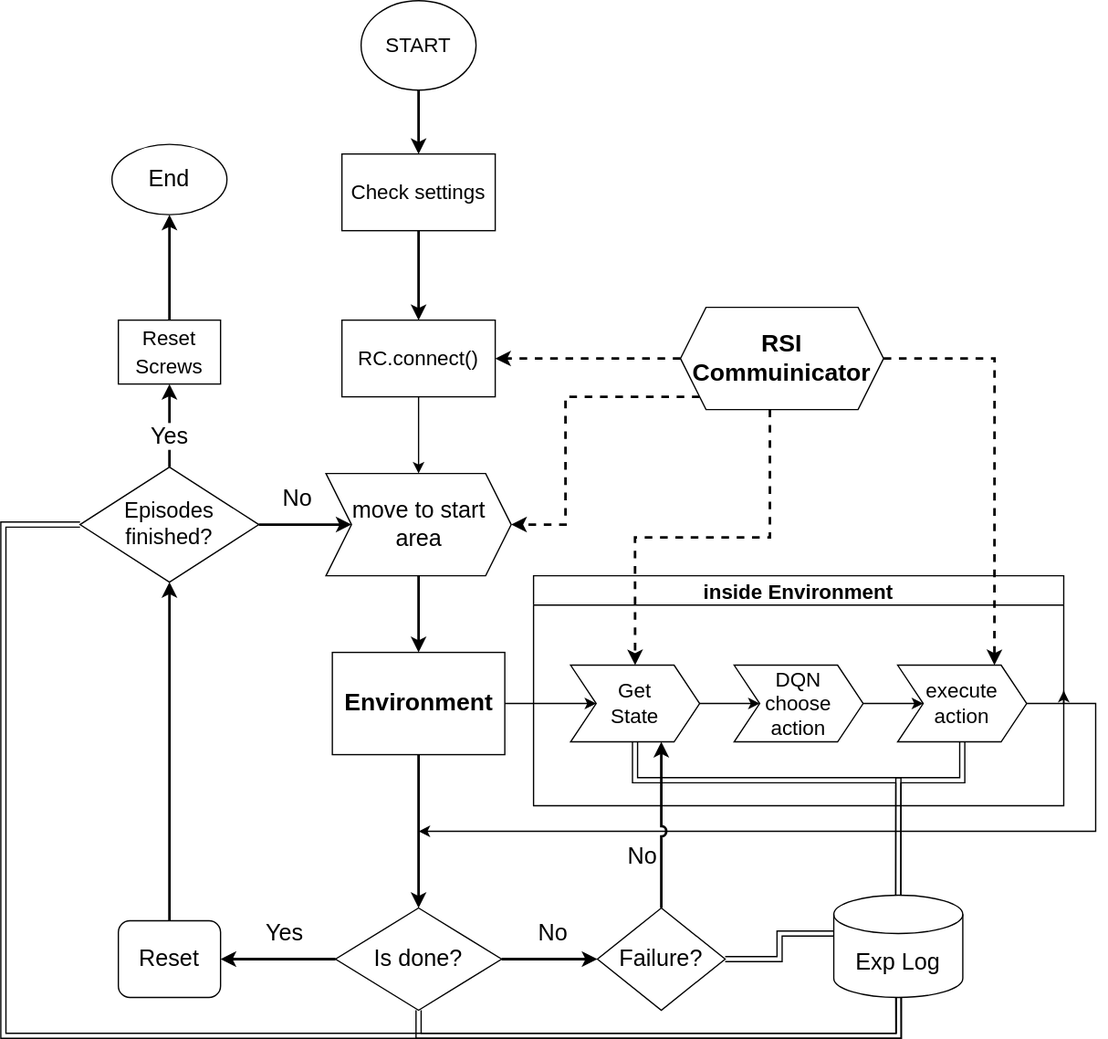
Earlier version of the draw.io export rl-unscrew.svg (TONiiV/flowcharts). Source tidied: cells renumbered, new cells last; positions are measured from the earlier drawing's top-left corner, leaving out a move shared by most shapes. Its diagram source:
```xml
<mxGraphModel>
  <root>
    <mxCell id="0" />
    <mxCell id="1" parent="0" />
    <mxCell id="2" style="edgeStyle=orthogonalEdgeStyle;rounded=0;jettySize=auto;html=1;entryX=0.5;entryY=0;entryDx=0;entryDy=0;fontSize=16;strokeWidth=2;" parent="1" edge="1" source="3" target="5">
      <mxGeometry relative="1" as="geometry" />
    </mxCell>
    <mxCell id="3" value="&lt;font style=&quot;font-size: 16px&quot;&gt;START&lt;/font&gt;" style="ellipse;whiteSpace=wrap;html=1;" parent="1" vertex="1">
      <mxGeometry x="280" width="90" height="70" as="geometry" />
    </mxCell>
    <mxCell id="4" style="edgeStyle=orthogonalEdgeStyle;rounded=0;jettySize=auto;html=1;entryX=0.5;entryY=0;entryDx=0;entryDy=0;fontSize=16;strokeWidth=2;" parent="1" edge="1" source="5" target="7">
      <mxGeometry relative="1" as="geometry" />
    </mxCell>
    <mxCell id="5" value="Check settings" style="rounded=0;whiteSpace=wrap;html=1;fontSize=16;" parent="1" vertex="1">
      <mxGeometry x="265" y="120" width="120" height="60" as="geometry" />
    </mxCell>
    <mxCell id="6" style="edgeStyle=orthogonalEdgeStyle;rounded=0;jettySize=auto;html=1;entryX=0.5;entryY=0;entryDx=0;entryDy=0;fontSize=16;" parent="1" edge="1" source="7" target="29">
      <mxGeometry relative="1" as="geometry" />
    </mxCell>
    <mxCell id="7" value="RC.connect()" style="rounded=0;whiteSpace=wrap;html=1;fontSize=16;" parent="1" vertex="1">
      <mxGeometry x="265" y="250" width="120" height="60" as="geometry" />
    </mxCell>
    <mxCell id="8" style="edgeStyle=orthogonalEdgeStyle;rounded=0;jettySize=auto;html=1;exitX=1;exitY=0.5;exitDx=0;exitDy=0;fontSize=16;entryX=0;entryY=0.5;entryDx=0;entryDy=0;" parent="1" edge="1" source="10" target="14">
      <mxGeometry relative="1" as="geometry" />
    </mxCell>
    <mxCell id="9" style="edgeStyle=orthogonalEdgeStyle;rounded=0;jettySize=auto;html=1;exitX=0.5;exitY=1;exitDx=0;exitDy=0;fontSize=16;entryX=0.5;entryY=0;entryDx=0;entryDy=0;strokeWidth=2;" parent="1" edge="1" source="10" target="27">
      <mxGeometry relative="1" as="geometry" />
    </mxCell>
    <mxCell id="10" value="&lt;font style=&quot;font-size: 19px&quot;&gt;&lt;b&gt;Environment&lt;/b&gt;&lt;/font&gt;" style="rounded=0;whiteSpace=wrap;html=1;fontSize=16;" parent="1" vertex="1">
      <mxGeometry x="257.5" y="510" width="135" height="80" as="geometry" />
    </mxCell>
    <mxCell id="11" style="edgeStyle=orthogonalEdgeStyle;rounded=0;jettySize=auto;html=1;exitX=1;exitY=0.5;exitDx=0;exitDy=0;fontSize=16;" parent="1" edge="1" source="12">
      <mxGeometry relative="1" as="geometry">
        <mxPoint x="325" y="650" as="targetPoint" />
        <Array as="points">
          <mxPoint x="830" y="550" />
          <mxPoint x="855" y="550" />
          <mxPoint x="855" y="650" />
        </Array>
      </mxGeometry>
    </mxCell>
    <mxCell id="12" value="inside Environment" style="swimlane;fontSize=16;" parent="1" vertex="1">
      <mxGeometry x="415" y="450" width="415" height="180" as="geometry" />
    </mxCell>
    <mxCell id="13" style="edgeStyle=orthogonalEdgeStyle;rounded=0;jettySize=auto;html=1;exitX=1;exitY=0.5;exitDx=0;exitDy=0;entryX=0;entryY=0.5;entryDx=0;entryDy=0;fontSize=16;" parent="12" edge="1" source="14" target="16">
      <mxGeometry relative="1" as="geometry" />
    </mxCell>
    <mxCell id="14" value="&lt;div&gt;Get &lt;br&gt;&lt;/div&gt;&lt;div&gt;State&lt;br&gt;&lt;/div&gt;" style="shape=step;perimeter=stepPerimeter;whiteSpace=wrap;html=1;fixedSize=1;fontFamily=Helvetica;fontSize=16;fontColor=default;align=center;strokeColor=default;fillColor=default;" parent="12" vertex="1">
      <mxGeometry x="29" y="70" width="101" height="60" as="geometry" />
    </mxCell>
    <mxCell id="15" style="edgeStyle=orthogonalEdgeStyle;rounded=0;jettySize=auto;html=1;exitX=1;exitY=0.5;exitDx=0;exitDy=0;entryX=0;entryY=0.5;entryDx=0;entryDy=0;fontSize=16;" parent="12" edge="1" source="16" target="18">
      <mxGeometry relative="1" as="geometry" />
    </mxCell>
    <mxCell id="16" value="&lt;div&gt;DQN &lt;br&gt;&lt;/div&gt;&lt;div&gt;choose &lt;br&gt;&lt;/div&gt;&lt;div&gt;action&lt;/div&gt;" style="shape=step;perimeter=stepPerimeter;whiteSpace=wrap;html=1;fixedSize=1;fontFamily=Helvetica;fontSize=16;fontColor=default;align=center;strokeColor=default;fillColor=default;" parent="12" vertex="1">
      <mxGeometry x="157" y="70" width="101" height="60" as="geometry" />
    </mxCell>
    <mxCell id="17" style="edgeStyle=orthogonalEdgeStyle;rounded=0;jettySize=auto;html=1;exitX=1;exitY=0.5;exitDx=0;exitDy=0;entryX=1;entryY=0.5;entryDx=0;entryDy=0;fontSize=16;" parent="12" edge="1" source="18" target="12">
      <mxGeometry relative="1" as="geometry" />
    </mxCell>
    <mxCell id="18" value="&lt;div&gt;execute &lt;br&gt;&lt;/div&gt;&lt;div&gt;action&lt;br&gt;&lt;/div&gt;" style="shape=step;perimeter=stepPerimeter;whiteSpace=wrap;html=1;fixedSize=1;fontFamily=Helvetica;fontSize=16;fontColor=default;align=center;strokeColor=default;fillColor=default;" parent="12" vertex="1">
      <mxGeometry x="285" y="70" width="101" height="60" as="geometry" />
    </mxCell>
    <mxCell id="19" style="edgeStyle=orthogonalEdgeStyle;rounded=0;jettySize=auto;html=1;entryX=1;entryY=0.5;entryDx=0;entryDy=0;fontSize=16;dashed=1;strokeWidth=2;" parent="1" edge="1" source="23" target="7">
      <mxGeometry relative="1" as="geometry" />
    </mxCell>
    <mxCell id="20" style="edgeStyle=orthogonalEdgeStyle;rounded=0;jettySize=auto;html=1;entryX=0.5;entryY=0;entryDx=0;entryDy=0;dashed=1;fontSize=16;strokeWidth=2;" parent="1" edge="1" source="23" target="14">
      <mxGeometry relative="1" as="geometry">
        <Array as="points">
          <mxPoint x="600" y="420" />
          <mxPoint x="494" y="420" />
        </Array>
      </mxGeometry>
    </mxCell>
    <mxCell id="21" style="edgeStyle=orthogonalEdgeStyle;rounded=0;jettySize=auto;html=1;entryX=0.75;entryY=0;entryDx=0;entryDy=0;dashed=1;fontSize=16;strokeWidth=2;" parent="1" edge="1" source="23" target="18">
      <mxGeometry relative="1" as="geometry">
        <Array as="points">
          <mxPoint x="776" y="280" />
        </Array>
      </mxGeometry>
    </mxCell>
    <mxCell id="22" style="edgeStyle=orthogonalEdgeStyle;rounded=0;jumpStyle=arc;jettySize=auto;html=1;entryX=1;entryY=0.5;entryDx=0;entryDy=0;fontSize=18;strokeWidth=2;dashed=1;" parent="1" edge="1" source="23" target="29">
      <mxGeometry relative="1" as="geometry">
        <Array as="points">
          <mxPoint x="440" y="310" />
          <mxPoint x="440" y="410" />
        </Array>
      </mxGeometry>
    </mxCell>
    <mxCell id="23" value="&lt;font style=&quot;font-size: 19px&quot;&gt;&lt;b&gt;RSI Commuinicator&lt;/b&gt;&lt;/font&gt;" style="shape=hexagon;perimeter=hexagonPerimeter2;whiteSpace=wrap;html=1;fixedSize=1;fontSize=16;" parent="1" vertex="1">
      <mxGeometry x="530" y="240" width="159" height="80" as="geometry" />
    </mxCell>
    <mxCell id="24" value="No" style="edgeStyle=orthogonalEdgeStyle;rounded=0;jumpStyle=arc;orthogonalLoop=1;jettySize=auto;html=1;entryX=0;entryY=0.5;entryDx=0;entryDy=0;fontSize=18;strokeWidth=2;" parent="1" edge="1">
      <mxGeometry x="0.07" y="20" relative="1" as="geometry">
        <mxPoint x="390" y="750" as="sourcePoint" />
        <mxPoint x="465" y="750" as="targetPoint" />
      </mxGeometry>
    </mxCell>
    <mxCell id="25" value="Yes" style="edgeStyle=orthogonalEdgeStyle;rounded=0;jumpStyle=arc;jettySize=auto;html=1;fontSize=18;strokeWidth=2;" parent="1" edge="1" source="27" target="35">
      <mxGeometry x="-0.11" y="-20" relative="1" as="geometry" />
    </mxCell>
    <mxCell id="26" style="edgeStyle=orthogonalEdgeStyle;shape=link;rounded=0;jumpStyle=arc;jettySize=auto;html=1;fontSize=17;" parent="1" edge="1" source="27" target="33">
      <mxGeometry relative="1" as="geometry">
        <Array as="points">
          <mxPoint x="325" y="810" />
          <mxPoint x="701" y="810" />
        </Array>
      </mxGeometry>
    </mxCell>
    <mxCell id="27" value="&lt;font style=&quot;font-size: 18px&quot;&gt;Is done?&lt;/font&gt;" style="rhombus;whiteSpace=wrap;html=1;fontSize=16;" parent="1" vertex="1">
      <mxGeometry x="260" y="710" width="130" height="80" as="geometry" />
    </mxCell>
    <mxCell id="28" style="edgeStyle=orthogonalEdgeStyle;rounded=0;jettySize=auto;html=1;exitX=0.5;exitY=1;exitDx=0;exitDy=0;entryX=0.5;entryY=0;entryDx=0;entryDy=0;fontSize=16;strokeWidth=2;" parent="1" edge="1" source="29" target="10">
      <mxGeometry relative="1" as="geometry" />
    </mxCell>
    <mxCell id="29" value="&lt;font style=&quot;font-size: 18px&quot;&gt;move to start area&lt;/font&gt;" style="shape=step;perimeter=stepPerimeter;whiteSpace=wrap;html=1;fixedSize=1;fontSize=16;" parent="1" vertex="1">
      <mxGeometry x="252.5" y="370" width="145" height="80" as="geometry" />
    </mxCell>
    <mxCell id="30" value="No" style="edgeStyle=orthogonalEdgeStyle;rounded=0;jumpStyle=arc;jettySize=auto;html=1;fontSize=18;strokeWidth=2;" parent="1" edge="1" source="32" target="14">
      <mxGeometry x="-0.38" y="15" relative="1" as="geometry">
        <Array as="points">
          <mxPoint x="515" y="680" />
          <mxPoint x="515" y="680" />
        </Array>
      </mxGeometry>
    </mxCell>
    <mxCell id="31" style="edgeStyle=orthogonalEdgeStyle;shape=link;rounded=0;jumpStyle=arc;jettySize=auto;html=1;entryX=0.099;entryY=0.375;entryDx=0;entryDy=0;entryPerimeter=0;fontSize=17;" parent="1" edge="1" source="32" target="33">
      <mxGeometry relative="1" as="geometry" />
    </mxCell>
    <mxCell id="32" value="Failure?" style="rhombus;whiteSpace=wrap;html=1;fontSize=18;" parent="1" vertex="1">
      <mxGeometry x="465" y="710" width="100" height="80" as="geometry" />
    </mxCell>
    <mxCell id="33" value="Exp Log" style="shape=cylinder3;whiteSpace=wrap;html=1;boundedLbl=1;backgroundOutline=1;size=15;fontSize=18;" parent="1" vertex="1">
      <mxGeometry x="650" y="700" width="101" height="80" as="geometry" />
    </mxCell>
    <mxCell id="34" style="edgeStyle=orthogonalEdgeStyle;rounded=0;jumpStyle=arc;jettySize=auto;html=1;entryX=0.5;entryY=1;entryDx=0;entryDy=0;fontSize=18;strokeWidth=2;" parent="1" edge="1" source="35" target="39">
      <mxGeometry relative="1" as="geometry" />
    </mxCell>
    <mxCell id="35" value="&lt;div&gt;Reset&lt;/div&gt;" style="rounded=1;whiteSpace=wrap;html=1;fontSize=18;" parent="1" vertex="1">
      <mxGeometry x="90" y="720" width="80" height="60" as="geometry" />
    </mxCell>
    <mxCell id="36" value="Yes" style="edgeStyle=orthogonalEdgeStyle;rounded=0;jumpStyle=arc;jettySize=auto;html=1;fontSize=18;strokeWidth=2;entryX=0.5;entryY=1;entryDx=0;entryDy=0;" parent="1" edge="1" source="39" target="42">
      <mxGeometry x="-0.23" relative="1" as="geometry" />
    </mxCell>
    <mxCell id="37" value="No" style="edgeStyle=orthogonalEdgeStyle;rounded=0;jumpStyle=arc;jettySize=auto;html=1;entryX=0;entryY=0.5;entryDx=0;entryDy=0;fontSize=18;strokeWidth=2;" parent="1" edge="1" source="39" target="29">
      <mxGeometry x="-0.17" y="20" relative="1" as="geometry" />
    </mxCell>
    <mxCell id="38" style="edgeStyle=orthogonalEdgeStyle;shape=link;rounded=0;jumpStyle=arc;jettySize=auto;html=1;entryX=0.5;entryY=1;entryDx=0;entryDy=0;entryPerimeter=0;fontSize=17;" parent="1" edge="1" source="39" target="33">
      <mxGeometry relative="1" as="geometry">
        <Array as="points">
          <mxPoint y="410" />
          <mxPoint y="810" />
          <mxPoint x="701" y="810" />
        </Array>
      </mxGeometry>
    </mxCell>
    <mxCell id="39" value="&lt;div style=&quot;font-size: 17px&quot;&gt;&lt;font style=&quot;font-size: 17px&quot;&gt;Episodes&lt;/font&gt;&lt;/div&gt;&lt;div style=&quot;font-size: 17px&quot;&gt;&lt;font style=&quot;font-size: 17px&quot;&gt;finished?&lt;br&gt;&lt;/font&gt;&lt;/div&gt;" style="rhombus;whiteSpace=wrap;html=1;fontSize=18;" parent="1" vertex="1">
      <mxGeometry x="60" y="365" width="140" height="90" as="geometry" />
    </mxCell>
    <mxCell id="40" value="End" style="ellipse;whiteSpace=wrap;html=1;fontSize=18;" parent="1" vertex="1">
      <mxGeometry x="85" y="112.5" width="90" height="55" as="geometry" />
    </mxCell>
    <mxCell id="41" style="edgeStyle=orthogonalEdgeStyle;rounded=0;jumpStyle=arc;jettySize=auto;html=1;entryX=0.5;entryY=1;entryDx=0;entryDy=0;fontSize=16;strokeWidth=2;" parent="1" edge="1" source="42" target="40">
      <mxGeometry relative="1" as="geometry" />
    </mxCell>
    <mxCell id="42" value="&lt;font style=&quot;font-size: 16px&quot;&gt;Reset Screws&lt;/font&gt;" style="rounded=0;whiteSpace=wrap;html=1;fontSize=18;" parent="1" vertex="1">
      <mxGeometry x="90" y="250" width="80" height="50" as="geometry" />
    </mxCell>
    <mxCell id="43" style="edgeStyle=orthogonalEdgeStyle;rounded=0;jettySize=auto;html=1;entryX=0.5;entryY=0;entryDx=0;entryDy=0;entryPerimeter=0;fontSize=17;jumpStyle=arc;shape=link;" parent="1" edge="1" source="14" target="33">
      <mxGeometry relative="1" as="geometry">
        <Array as="points">
          <mxPoint x="494" y="610" />
          <mxPoint x="700" y="610" />
        </Array>
      </mxGeometry>
    </mxCell>
    <mxCell id="44" style="edgeStyle=orthogonalEdgeStyle;shape=link;rounded=0;jumpStyle=arc;jettySize=auto;html=1;entryX=0.5;entryY=0;entryDx=0;entryDy=0;entryPerimeter=0;fontSize=17;" parent="1" edge="1" source="18" target="33">
      <mxGeometry relative="1" as="geometry">
        <Array as="points">
          <mxPoint x="751" y="610" />
          <mxPoint x="701" y="610" />
        </Array>
      </mxGeometry>
    </mxCell>
  </root>
</mxGraphModel>
```
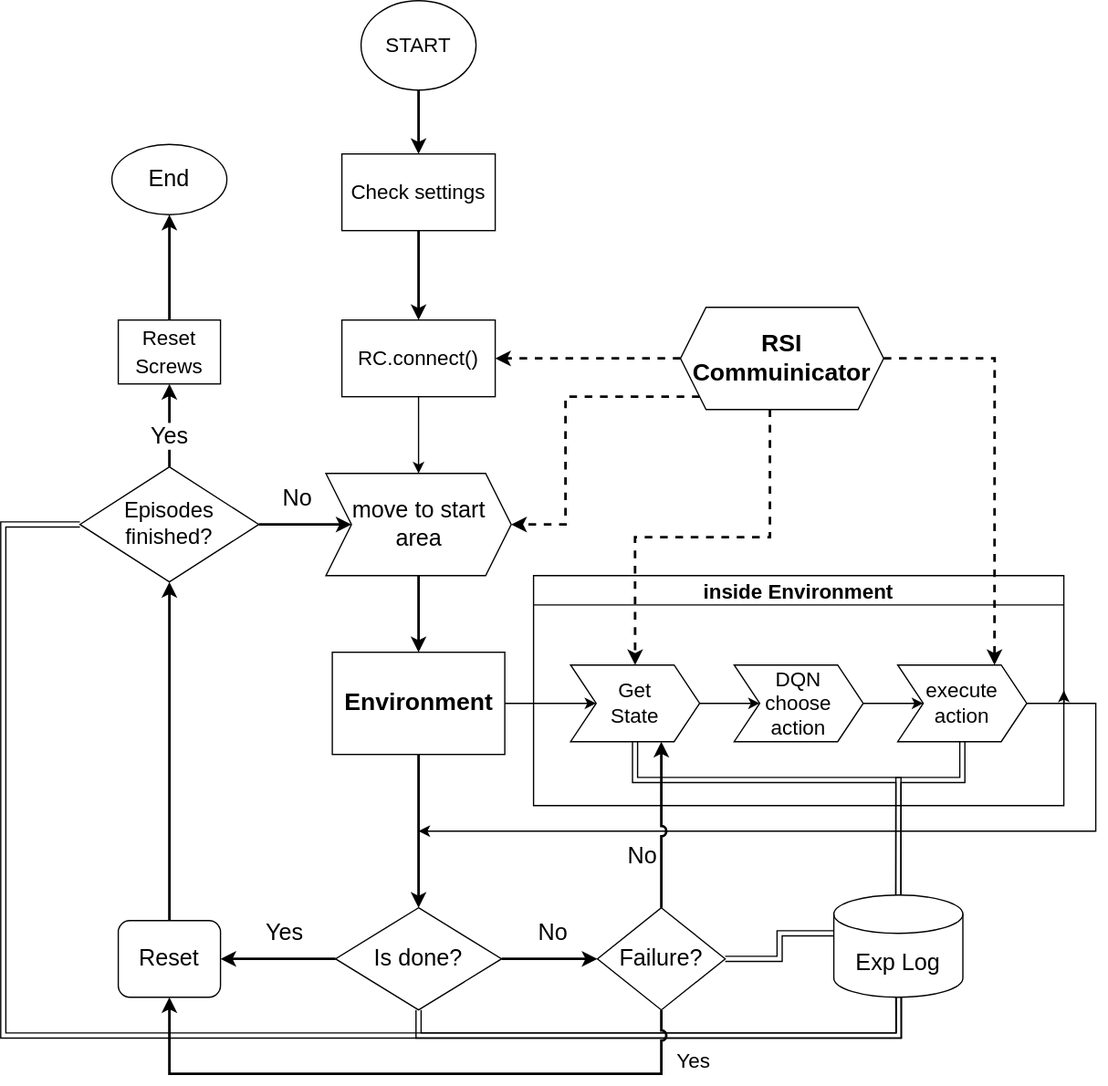
After the change.

What changed in the source:
```diff
@@ -126,6 +126,14 @@
     <mxCell id="31" style="edgeStyle=orthogonalEdgeStyle;shape=link;rounded=0;jumpStyle=arc;jettySize=auto;html=1;entryX=0.099;entryY=0.375;entryDx=0;entryDy=0;entryPerimeter=0;fontSize=17;" parent="1" edge="1" source="32" target="33">
       <mxGeometry relative="1" as="geometry" />
     </mxCell>
+    <mxCell id="45" value="Yes" style="edgeStyle=orthogonalEdgeStyle;rounded=0;jumpStyle=arc;jettySize=auto;html=1;entryX=0.5;entryY=1;entryDx=0;entryDy=0;fontSize=16;strokeWidth=2;" parent="1" edge="1" source="32" target="35">
+      <mxGeometry x="-0.84" y="25" relative="1" as="geometry">
+        <Array as="points">
+          <mxPoint x="515" y="840" />
+          <mxPoint x="130" y="840" />
+        </Array>
+      </mxGeometry>
+    </mxCell>
     <mxCell id="32" value="Failure?" style="rhombus;whiteSpace=wrap;html=1;fontSize=18;" parent="1" vertex="1">
       <mxGeometry x="465" y="710" width="100" height="80" as="geometry" />
     </mxCell>
```
